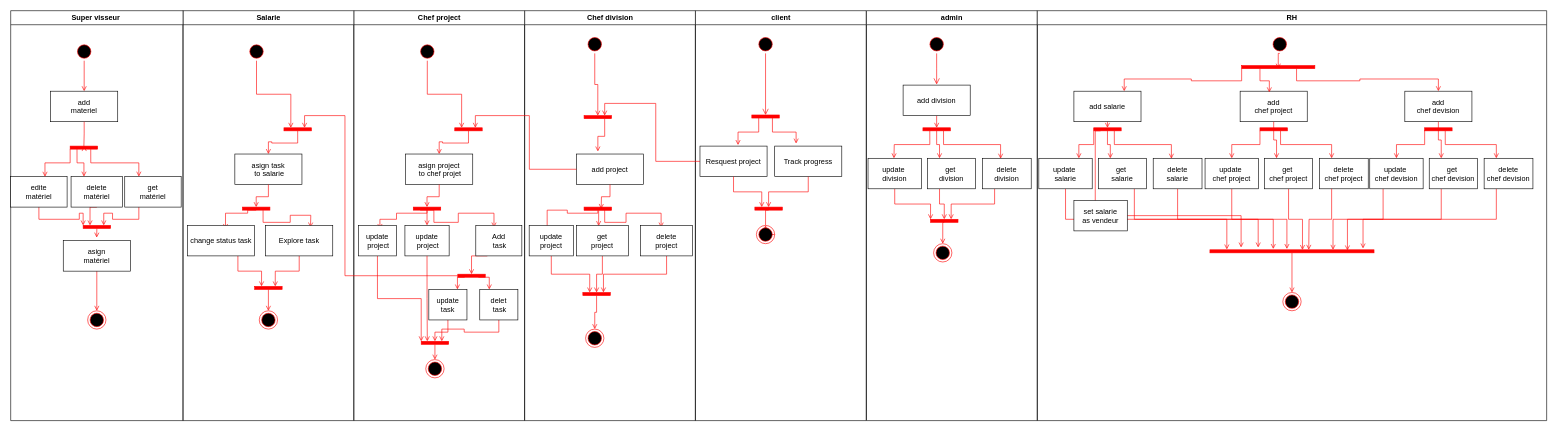
Earlier version of the draw.io diagram Diagramme d'activiter.drawio (ZroudAbdelilah/Intelcia_Group). Source tidied: cells renumbered, new cells numbered last; positions are measured from the earlier drawing's top-left corner, leaving out a move shared by most shapes. Both pictures are drawn from the tidied source at 61%, with x=0, y=0 at pixel (10, 10).
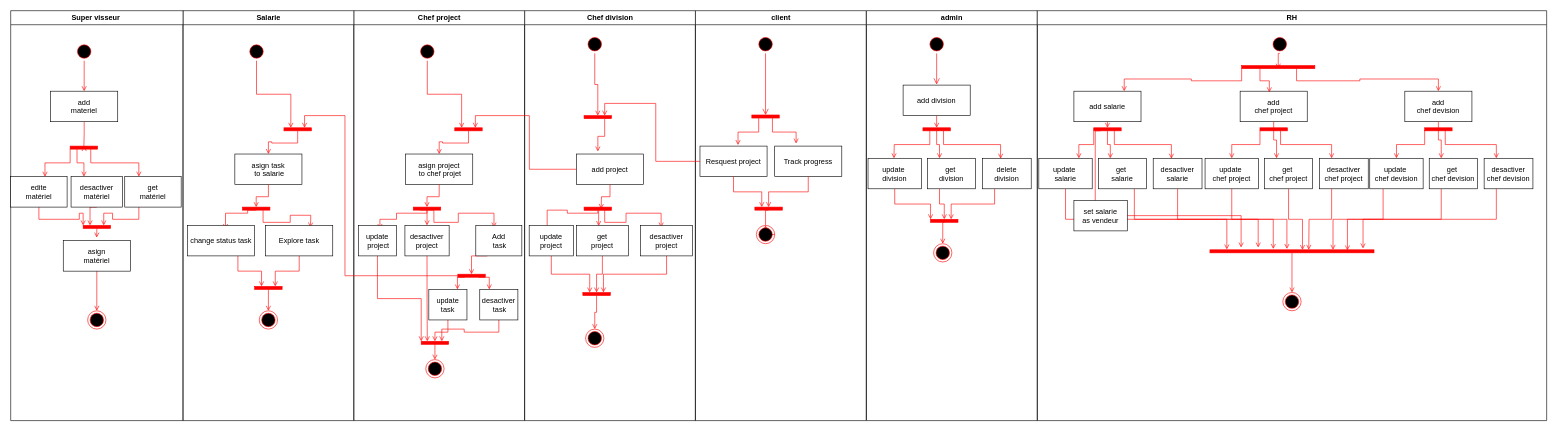
The same page after the edit.

Commit message (it also covers changes not shown here):
change delete to desactiver dans le diagramme use case et d'activiter

Unchanged cells that the change refers to:
```xml
<mxCell id="16" value="Chef division" style="swimlane;whiteSpace=wrap;startSize=23;" parent="1" vertex="1">
  <mxGeometry x="842.5" width="280" height="672" as="geometry" />
</mxCell>
<mxCell id="37" value="Chef project" style="swimlane;whiteSpace=wrap;startSize=23;" parent="1" vertex="1">
  <mxGeometry x="562.5" width="280" height="672" as="geometry" />
</mxCell>
<mxCell id="100" value="Super visseur " style="swimlane;whiteSpace=wrap;startSize=23;" parent="1" vertex="1">
  <mxGeometry width="282.5" height="672" as="geometry" />
</mxCell>
<mxCell id="122" value="RH" style="swimlane;whiteSpace=wrap;startSize=23;" parent="1" vertex="1">
  <mxGeometry x="1683" width="835" height="672" as="geometry" />
</mxCell>
```

Change to the diagram source:
```diff
@@
-    <mxCell id="29" value="delete &#10;project" parent="16" vertex="1">
+    <mxCell id="29" value="desactiver&#10;project" parent="16" vertex="1">
       <mxGeometry x="190" y="352" width="85.5" height="50" as="geometry" />
     </mxCell>
@@
-    <mxCell id="52" value="update&#10; project" parent="37" vertex="1">
+    <mxCell id="52" value="desactiver &#10;project" parent="37" vertex="1">
       <mxGeometry x="83.8" y="352" width="72.5" height="50" as="geometry" />
     </mxCell>
@@
-    <mxCell id="59" value="delet&#10; task" parent="37" vertex="1">
+    <mxCell id="59" value="desactiver&#10; task" parent="37" vertex="1">
       <mxGeometry x="206.5" y="457" width="62.5" height="50" as="geometry" />
     </mxCell>
@@
-    <mxCell id="108" value="delete &#10;matériel" parent="100" vertex="1">
+    <mxCell id="108" value="desactiver &#10;matériel" parent="100" vertex="1">
       <mxGeometry x="99" y="272" width="84.5" height="50" as="geometry" />
     </mxCell>
@@
-    <mxCell id="137" value="delete&#10;salarie" parent="122" vertex="1">
+    <mxCell id="137" value="desactiver &#10;salarie" parent="122" vertex="1">
       <mxGeometry x="190" y="242" width="80" height="50" as="geometry" />
     </mxCell>
@@
-    <mxCell id="147" value="delete&#10;chef project" parent="122" vertex="1">
+    <mxCell id="147" value="desactiver&#10;chef project" parent="122" vertex="1">
       <mxGeometry x="462.5" y="242" width="80" height="50" as="geometry" />
     </mxCell>
@@
-    <mxCell id="159" value="delete&#10;chef devision" parent="122" vertex="1">
+    <mxCell id="159" value="desactiver&#10;chef devision" parent="122" vertex="1">
       <mxGeometry x="732.5" y="242" width="80" height="50" as="geometry" />
     </mxCell>
```
